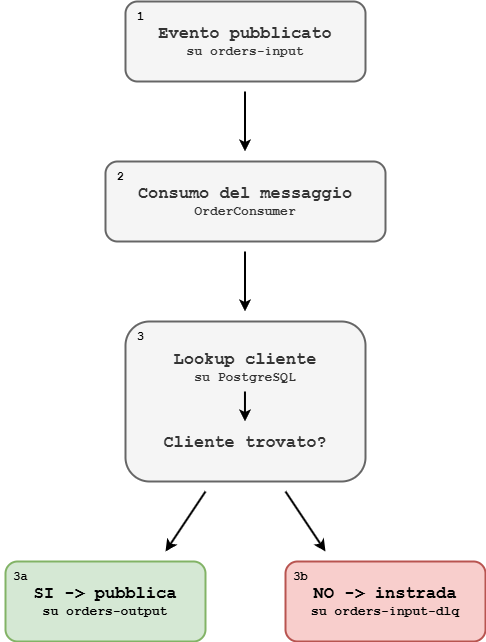
Before: assets/flusso.drawio.png, a diagram exported from draw.io (G4utama/Thesis). Source tidied: cells renumbered, new cells last; positions are measured from the earlier drawing's top-left corner, leaving out a move shared by most shapes.
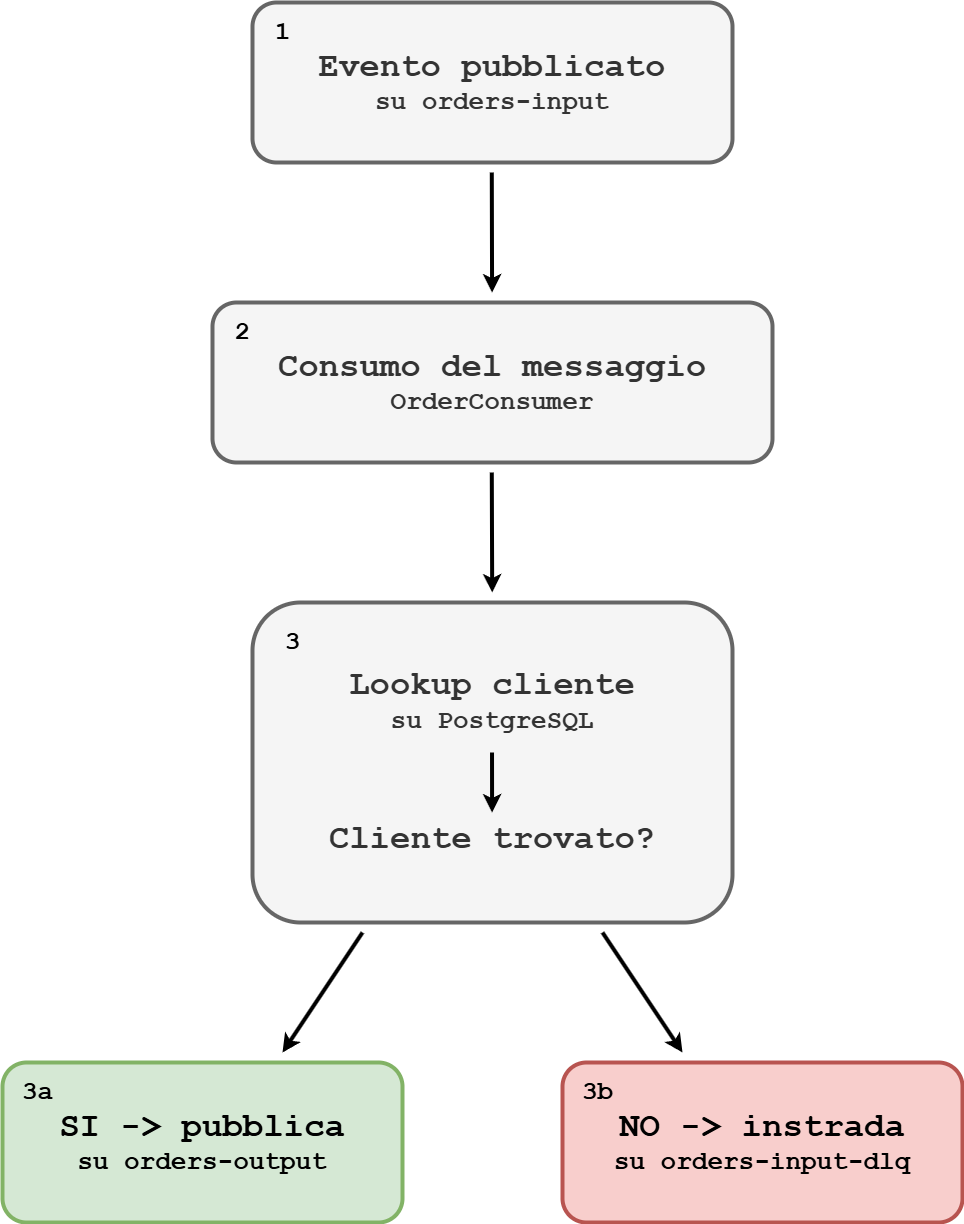
The same diagram one commit later.

What changed in the source:
```diff
@@ -2,65 +2,65 @@
   <root>
     <mxCell id="0" />
     <mxCell id="1" parent="0" />
-    <mxCell id="2" value="&lt;font style=&quot;&quot; face=&quot;Courier New&quot;&gt;&lt;b style=&quot;&quot;&gt;&lt;span style=&quot;font-size: 17px;&quot;&gt;Lookup cliente&lt;/span&gt;&lt;br&gt;&lt;font style=&quot;font-size: 13px;&quot;&gt;su PostgreSQL&lt;/font&gt;&lt;/b&gt;&lt;/font&gt;&lt;div&gt;&lt;font style=&quot;&quot; face=&quot;Courier New&quot;&gt;&lt;b style=&quot;&quot;&gt;&lt;font style=&quot;font-size: 13px;&quot;&gt;&lt;br&gt;&lt;/font&gt;&lt;/b&gt;&lt;/font&gt;&lt;/div&gt;&lt;div&gt;&lt;font style=&quot;&quot; face=&quot;Courier New&quot;&gt;&lt;b style=&quot;&quot;&gt;&lt;font style=&quot;font-size: 13px;&quot;&gt;&lt;br&gt;&lt;/font&gt;&lt;/b&gt;&lt;/font&gt;&lt;/div&gt;&lt;div&gt;&lt;font style=&quot;&quot; face=&quot;Courier New&quot;&gt;&lt;b style=&quot;&quot;&gt;&lt;font style=&quot;font-size: 13px;&quot;&gt;&lt;br&gt;&lt;/font&gt;&lt;/b&gt;&lt;/font&gt;&lt;/div&gt;&lt;div&gt;&lt;font style=&quot;&quot; face=&quot;Courier New&quot;&gt;&lt;b style=&quot;&quot;&gt;&lt;font style=&quot;font-size: 17px;&quot;&gt;Cliente trovato?&lt;/font&gt;&lt;/b&gt;&lt;/font&gt;&lt;/div&gt;" style="rounded=1;whiteSpace=wrap;html=1;fillColor=#f5f5f5;strokeColor=#666666;strokeWidth=2;fontColor=#333333;" parent="1" vertex="1">
-      <mxGeometry x="125" y="320" width="240" height="160" as="geometry" />
+    <mxCell id="2" value="&lt;font style=&quot;&quot; face=&quot;Courier New&quot;&gt;&lt;b style=&quot;&quot;&gt;&lt;font style=&quot;font-size: 34px;&quot;&gt;Lookup cliente&lt;br&gt;&lt;/font&gt;&lt;font style=&quot;font-size: 26px;&quot;&gt;su PostgreSQL&lt;/font&gt;&lt;/b&gt;&lt;/font&gt;&lt;div&gt;&lt;b style=&quot;color: rgb(192, 192, 192); background-color: transparent; font-family: &amp;quot;Courier New&amp;quot;;&quot;&gt;&lt;font style=&quot;font-size: 34px;&quot;&gt;&lt;br&gt;&lt;/font&gt;&lt;/b&gt;&lt;/div&gt;&lt;div&gt;&lt;b style=&quot;color: rgb(192, 192, 192); background-color: transparent; font-family: &amp;quot;Courier New&amp;quot;;&quot;&gt;&lt;font style=&quot;font-size: 34px;&quot;&gt;&lt;br&gt;&lt;/font&gt;&lt;/b&gt;&lt;/div&gt;&lt;div&gt;&lt;b style=&quot;background-color: transparent; font-family: &amp;quot;Courier New&amp;quot;;&quot;&gt;&lt;font style=&quot;font-size: 34px;&quot;&gt;Cliente trovato?&lt;/font&gt;&lt;/b&gt;&lt;/div&gt;" style="rounded=1;whiteSpace=wrap;html=1;fillColor=#f5f5f5;strokeColor=#666666;strokeWidth=4;fontColor=#333333;" parent="1" vertex="1">
+      <mxGeometry x="215" y="600" width="480" height="320" as="geometry" />
     </mxCell>
-    <mxCell id="3" style="edgeStyle=none;html=1;strokeWidth=2;" parent="1" edge="1">
+    <mxCell id="3" style="edgeStyle=none;html=1;strokeWidth=4;" parent="1" edge="1">
       <mxGeometry relative="1" as="geometry">
-        <mxPoint x="205" y="490" as="sourcePoint" />
-        <mxPoint x="165" y="550" as="targetPoint" />
+        <mxPoint x="325" y="930" as="sourcePoint" />
+        <mxPoint x="245" y="1050" as="targetPoint" />
       </mxGeometry>
     </mxCell>
-    <mxCell id="4" value="&lt;font face=&quot;Courier New&quot;&gt;&lt;b style=&quot;&quot;&gt;&lt;span style=&quot;font-size: 17px;&quot;&gt;SI -&amp;gt; pubblica&lt;/span&gt;&lt;br&gt;&lt;font style=&quot;font-size: 13px;&quot;&gt;su orders-output&lt;/font&gt;&lt;/b&gt;&lt;/font&gt;" style="rounded=1;whiteSpace=wrap;html=1;fillColor=#d5e8d4;strokeColor=#82b366;strokeWidth=2;" parent="1" vertex="1">
-      <mxGeometry x="5" y="560" width="200" height="80" as="geometry" />
+    <mxCell id="4" value="&lt;font face=&quot;Courier New&quot;&gt;&lt;b style=&quot;&quot;&gt;&lt;font style=&quot;font-size: 34px;&quot;&gt;SI -&amp;gt; pubblica&lt;br&gt;&lt;/font&gt;&lt;font style=&quot;font-size: 26px;&quot;&gt;su orders-output&lt;/font&gt;&lt;/b&gt;&lt;/font&gt;" style="rounded=1;whiteSpace=wrap;html=1;fillColor=#d5e8d4;strokeColor=#82b366;strokeWidth=4;" parent="1" vertex="1">
+      <mxGeometry x="-35" y="1060" width="400" height="160" as="geometry" />
     </mxCell>
-    <mxCell id="5" value="&lt;font style=&quot;&quot; face=&quot;Courier New&quot;&gt;&lt;b style=&quot;&quot;&gt;&lt;span style=&quot;font-size: 17px;&quot;&gt;NO -&amp;gt; instrada&lt;/span&gt;&lt;br&gt;&lt;font style=&quot;font-size: 13px;&quot;&gt;su orders-input-dlq&lt;/font&gt;&lt;/b&gt;&lt;/font&gt;" style="rounded=1;whiteSpace=wrap;html=1;fillColor=#f8cecc;strokeColor=#b85450;strokeWidth=2;" parent="1" vertex="1">
-      <mxGeometry x="285" y="560" width="200" height="80" as="geometry" />
+    <mxCell id="5" value="&lt;font style=&quot;&quot; face=&quot;Courier New&quot;&gt;&lt;b style=&quot;&quot;&gt;&lt;span style=&quot;font-size: 34px;&quot;&gt;NO -&amp;gt; instrada&lt;/span&gt;&lt;br&gt;&lt;font style=&quot;font-size: 26px;&quot;&gt;su orders-input-dlq&lt;/font&gt;&lt;/b&gt;&lt;/font&gt;" style="rounded=1;whiteSpace=wrap;html=1;fillColor=#f8cecc;strokeColor=#b85450;strokeWidth=4;" parent="1" vertex="1">
+      <mxGeometry x="525" y="1060" width="400" height="160" as="geometry" />
     </mxCell>
-    <mxCell id="6" style="edgeStyle=none;html=1;strokeWidth=2;" parent="1" edge="1">
+    <mxCell id="6" style="edgeStyle=none;html=1;strokeWidth=4;" parent="1" edge="1">
       <mxGeometry relative="1" as="geometry">
-        <mxPoint x="244.5" y="250" as="sourcePoint" />
-        <mxPoint x="244.5" y="310" as="targetPoint" />
+        <mxPoint x="454.3" y="470" as="sourcePoint" />
+        <mxPoint x="454.7" y="590" as="targetPoint" />
       </mxGeometry>
     </mxCell>
-    <mxCell id="7" value="&lt;font style=&quot;&quot; face=&quot;Courier New&quot;&gt;&lt;b style=&quot;&quot;&gt;&lt;span style=&quot;font-size: 17px;&quot;&gt;Consumo del messaggio&lt;/span&gt;&lt;br&gt;&lt;font style=&quot;font-size: 13px;&quot;&gt;OrderConsumer&lt;/font&gt;&lt;/b&gt;&lt;/font&gt;" style="rounded=1;whiteSpace=wrap;html=1;fillColor=#f5f5f5;strokeColor=#666666;strokeWidth=2;fontColor=#333333;" parent="1" vertex="1">
-      <mxGeometry x="105" y="160" width="280" height="80" as="geometry" />
+    <mxCell id="7" value="&lt;font style=&quot;&quot; face=&quot;Courier New&quot;&gt;&lt;b style=&quot;&quot;&gt;&lt;font style=&quot;font-size: 34px;&quot;&gt;Consumo del messaggio&lt;br&gt;&lt;/font&gt;&lt;font style=&quot;font-size: 26px;&quot;&gt;OrderConsumer&lt;/font&gt;&lt;/b&gt;&lt;/font&gt;" style="rounded=1;whiteSpace=wrap;html=1;fillColor=#f5f5f5;strokeColor=#666666;strokeWidth=4;fontColor=#333333;" parent="1" vertex="1">
+      <mxGeometry x="175" y="300" width="560" height="160" as="geometry" />
     </mxCell>
-    <mxCell id="8" style="edgeStyle=none;html=1;strokeWidth=2;" parent="1" edge="1">
+    <mxCell id="8" style="edgeStyle=none;html=1;strokeWidth=4;" parent="1" edge="1">
       <mxGeometry relative="1" as="geometry">
-        <mxPoint x="244.5" y="90" as="sourcePoint" />
-        <mxPoint x="244.5" y="150" as="targetPoint" />
+        <mxPoint x="454.3" y="170" as="sourcePoint" />
+        <mxPoint x="454.6" y="290" as="targetPoint" />
       </mxGeometry>
     </mxCell>
-    <mxCell id="9" value="&lt;font style=&quot;&quot; face=&quot;Courier New&quot;&gt;&lt;b style=&quot;&quot;&gt;&lt;span style=&quot;font-size: 17px;&quot;&gt;Evento pubblicato&lt;/span&gt;&lt;br&gt;&lt;font style=&quot;font-size: 13px;&quot;&gt;su orders-input&lt;/font&gt;&lt;/b&gt;&lt;/font&gt;" style="rounded=1;whiteSpace=wrap;html=1;fillColor=#f5f5f5;strokeColor=#666666;strokeWidth=2;fontColor=#333333;" parent="1" vertex="1">
-      <mxGeometry x="125" width="240" height="80" as="geometry" />
+    <mxCell id="9" value="&lt;font style=&quot;&quot; face=&quot;Courier New&quot;&gt;&lt;b style=&quot;&quot;&gt;&lt;font style=&quot;font-size: 34px;&quot;&gt;Evento pubblicato&lt;br&gt;&lt;/font&gt;&lt;font style=&quot;font-size: 26px;&quot;&gt;su orders-input&lt;/font&gt;&lt;/b&gt;&lt;/font&gt;" style="rounded=1;whiteSpace=wrap;html=1;fillColor=#f5f5f5;strokeColor=#666666;strokeWidth=4;fontColor=#333333;" parent="1" vertex="1">
+      <mxGeometry x="215" width="480" height="160" as="geometry" />
     </mxCell>
-    <mxCell id="10" style="edgeStyle=none;html=1;strokeWidth=2;" parent="1" edge="1">
+    <mxCell id="10" style="edgeStyle=none;html=1;strokeWidth=4;" parent="1" edge="1">
       <mxGeometry relative="1" as="geometry">
-        <mxPoint x="285" y="490" as="sourcePoint" />
-        <mxPoint x="325" y="550" as="targetPoint" />
+        <mxPoint x="565" y="930" as="sourcePoint" />
+        <mxPoint x="645" y="1050" as="targetPoint" />
       </mxGeometry>
     </mxCell>
-    <mxCell id="11" value="&lt;font face=&quot;Courier New&quot;&gt;1&lt;/font&gt;" style="text;html=1;align=center;verticalAlign=middle;strokeColor=none;fillColor=none;strokeWidth=1;fontStyle=1;" parent="1" vertex="1">
-      <mxGeometry x="125" width="30" height="30" as="geometry" />
+    <mxCell id="11" value="&lt;font style=&quot;font-size: 26px;&quot; face=&quot;Courier New&quot;&gt;1&lt;/font&gt;" style="text;html=1;align=center;verticalAlign=middle;strokeColor=none;fillColor=none;strokeWidth=1;fontStyle=1;" parent="1" vertex="1">
+      <mxGeometry x="225" y="10" width="40" height="40" as="geometry" />
     </mxCell>
-    <mxCell id="12" style="edgeStyle=none;html=1;strokeWidth=2;" parent="1" edge="1">
+    <mxCell id="12" style="edgeStyle=none;html=1;strokeWidth=4;" parent="1" edge="1">
       <mxGeometry relative="1" as="geometry">
-        <mxPoint x="244.5" y="390" as="sourcePoint" />
-        <mxPoint x="244.5" y="420" as="targetPoint" />
+        <mxPoint x="454.5" y="750" as="sourcePoint" />
+        <mxPoint x="454.6" y="810" as="targetPoint" />
       </mxGeometry>
     </mxCell>
-    <mxCell id="13" value="&lt;font face=&quot;Courier New&quot;&gt;2&lt;/font&gt;" style="text;html=1;align=center;verticalAlign=middle;strokeColor=none;fillColor=none;strokeWidth=1;fontStyle=1;" parent="1" vertex="1">
-      <mxGeometry x="105" y="160" width="30" height="30" as="geometry" />
+    <mxCell id="13" value="&lt;font style=&quot;font-size: 26px;&quot; face=&quot;Courier New&quot;&gt;2&lt;/font&gt;" style="text;html=1;align=center;verticalAlign=middle;strokeColor=none;fillColor=none;strokeWidth=1;fontStyle=1;" parent="1" vertex="1">
+      <mxGeometry x="185" y="310" width="40" height="40" as="geometry" />
     </mxCell>
-    <mxCell id="14" value="&lt;font face=&quot;Courier New&quot;&gt;3&lt;/font&gt;" style="text;html=1;align=center;verticalAlign=middle;strokeColor=none;fillColor=none;strokeWidth=1;fontStyle=1;" parent="1" vertex="1">
-      <mxGeometry x="125" y="320" width="30" height="30" as="geometry" />
+    <mxCell id="14" value="&lt;font style=&quot;font-size: 26px;&quot; face=&quot;Courier New&quot;&gt;3&lt;/font&gt;" style="text;html=1;align=center;verticalAlign=middle;strokeColor=none;fillColor=none;strokeWidth=1;fontStyle=1;" parent="1" vertex="1">
+      <mxGeometry x="235" y="620" width="40" height="40" as="geometry" />
     </mxCell>
-    <mxCell id="15" value="&lt;font face=&quot;Courier New&quot;&gt;3a&lt;/font&gt;" style="text;html=1;align=center;verticalAlign=middle;strokeColor=none;fillColor=none;strokeWidth=1;fontStyle=1;" parent="1" vertex="1">
-      <mxGeometry y="560" width="40" height="30" as="geometry" />
+    <mxCell id="15" value="&lt;font style=&quot;font-size: 26px;&quot; face=&quot;Courier New&quot;&gt;3a&lt;/font&gt;" style="text;html=1;align=center;verticalAlign=middle;strokeColor=none;fillColor=none;strokeWidth=1;fontStyle=1;" parent="1" vertex="1">
+      <mxGeometry x="-25" y="1070" width="50" height="40" as="geometry" />
     </mxCell>
-    <mxCell id="16" value="&lt;font face=&quot;Courier New&quot;&gt;3b&lt;/font&gt;" style="text;html=1;align=center;verticalAlign=middle;strokeColor=none;fillColor=none;strokeWidth=1;fontStyle=1;" parent="1" vertex="1">
-      <mxGeometry x="280" y="560" width="40" height="30" as="geometry" />
+    <mxCell id="16" value="&lt;font style=&quot;font-size: 26px;&quot; face=&quot;Courier New&quot;&gt;3b&lt;/font&gt;" style="text;html=1;align=center;verticalAlign=middle;strokeColor=none;fillColor=none;strokeWidth=1;fontStyle=1;" parent="1" vertex="1">
+      <mxGeometry x="535" y="1070" width="50" height="40" as="geometry" />
     </mxCell>
   </root>
 </mxGraphModel>
```
